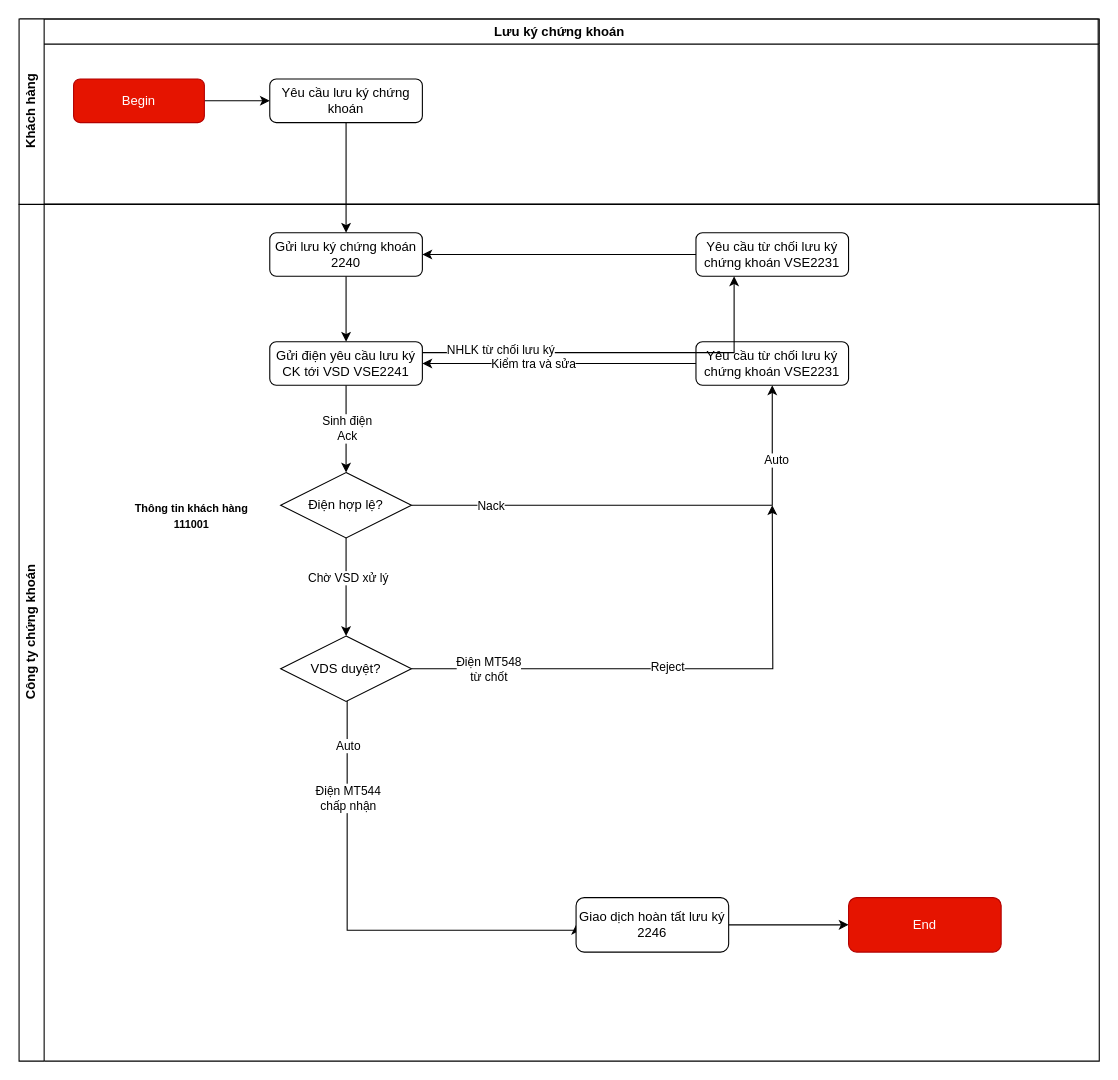
Before: page "Lưu ký chứng khoán" (2 of 5) of resources/diagrams/Quản lý chứng khoán.drawio in luyenhaidangit/flex, a draw.io diagram. Source tidied: cells renumbered, new cells numbered last; positions are measured from the earlier drawing's top-left corner, leaving out a move shared by most shapes. Both pictures are drawn from the tidied source at 109%, with x=0, y=0 at pixel (19, 19).
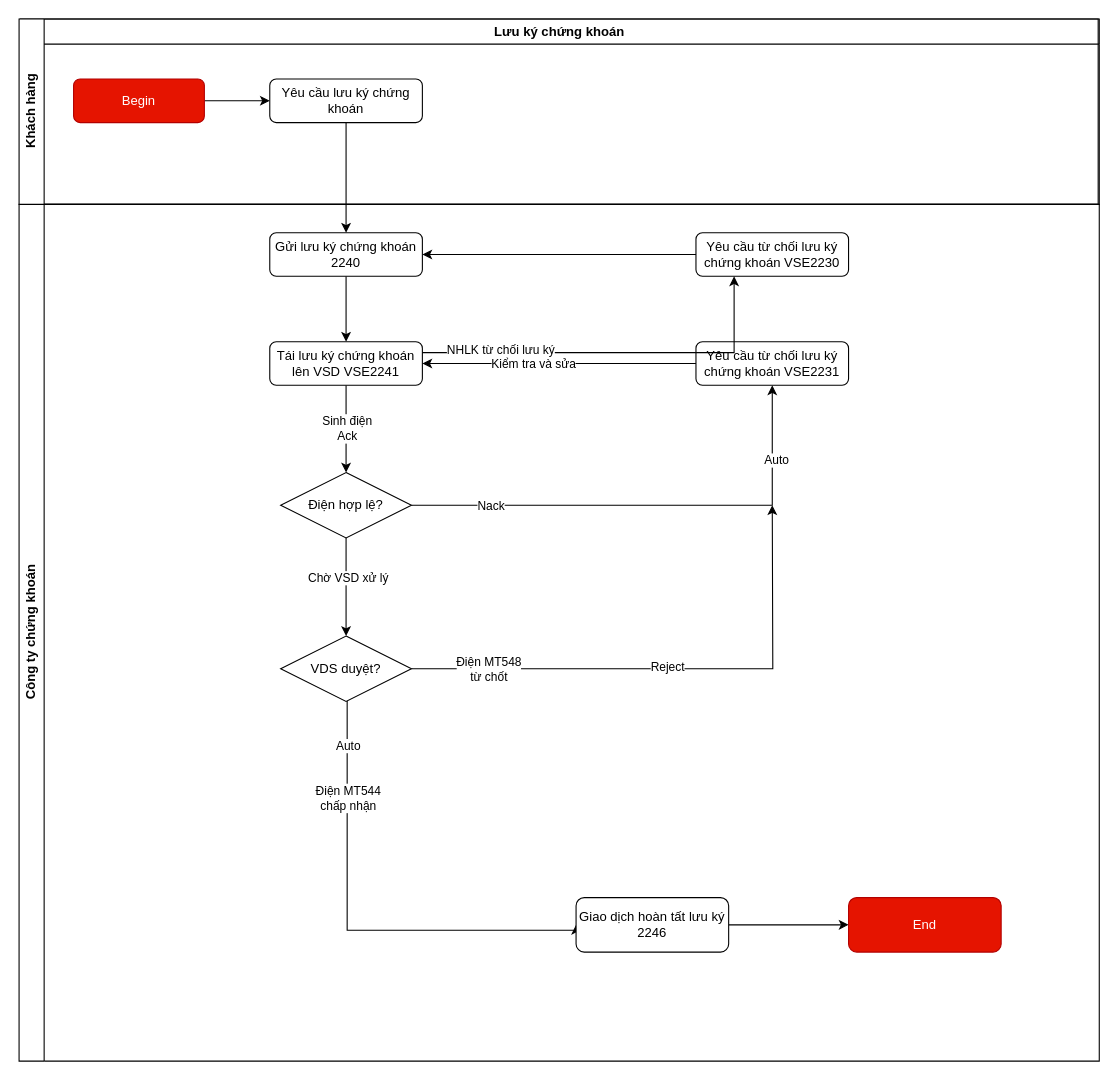
The same diagram, later.

Commit message:
Cập nhật Quản lý chứng khoán.drawio

The change refers to these unchanged cells:
```xml
<mxCell id="2" value="Công ty chứng khoán" style="swimlane;horizontal=0;whiteSpace=wrap;html=1;" parent="1" vertex="1">
  <mxGeometry y="170" width="991" height="786" as="geometry" />
</mxCell>
```

The edit, as a diff of the source:
```diff
@@
-    <mxCell id="19" value="&lt;span style=&quot;font-size: 10px;&quot;&gt;&lt;b&gt;Thông tin khách hàng&lt;br&gt;111001&lt;/b&gt;&lt;/span&gt;" style="edgeLabel;html=1;align=center;verticalAlign=middle;" parent="2" vertex="1">
-      <mxGeometry x="141" y="196" as="geometry">
-        <mxPoint x="16" y="89" as="offset" />
-      </mxGeometry>
-    </mxCell>
@@
-    <mxCell id="24" value="Gửi điện yêu cầu lưu ký CK tới VSD VSE2241" style="rounded=1;whiteSpace=wrap;html=1;fontSize=12;glass=0;strokeWidth=1;shadow=0;" parent="2" vertex="1">
+    <mxCell id="24" value="Tái lưu ký chứng khoán lên VSD VSE2241" style="rounded=1;whiteSpace=wrap;html=1;fontSize=12;glass=0;strokeWidth=1;shadow=0;" parent="2" vertex="1">
       <mxGeometry x="230" y="126" width="140" height="40" as="geometry" />
     </mxCell>
@@
-    <mxCell id="28" value="Yêu cầu từ chối lưu ký chứng khoán VSE2231" style="rounded=1;whiteSpace=wrap;html=1;fontSize=12;glass=0;strokeWidth=1;shadow=0;" parent="2" vertex="1">
+    <mxCell id="28" value="Yêu cầu từ chối lưu ký chứng khoán VSE2230" style="rounded=1;whiteSpace=wrap;html=1;fontSize=12;glass=0;strokeWidth=1;shadow=0;" parent="2" vertex="1">
       <mxGeometry x="621" y="26" width="140" height="40" as="geometry" />
     </mxCell>
```
